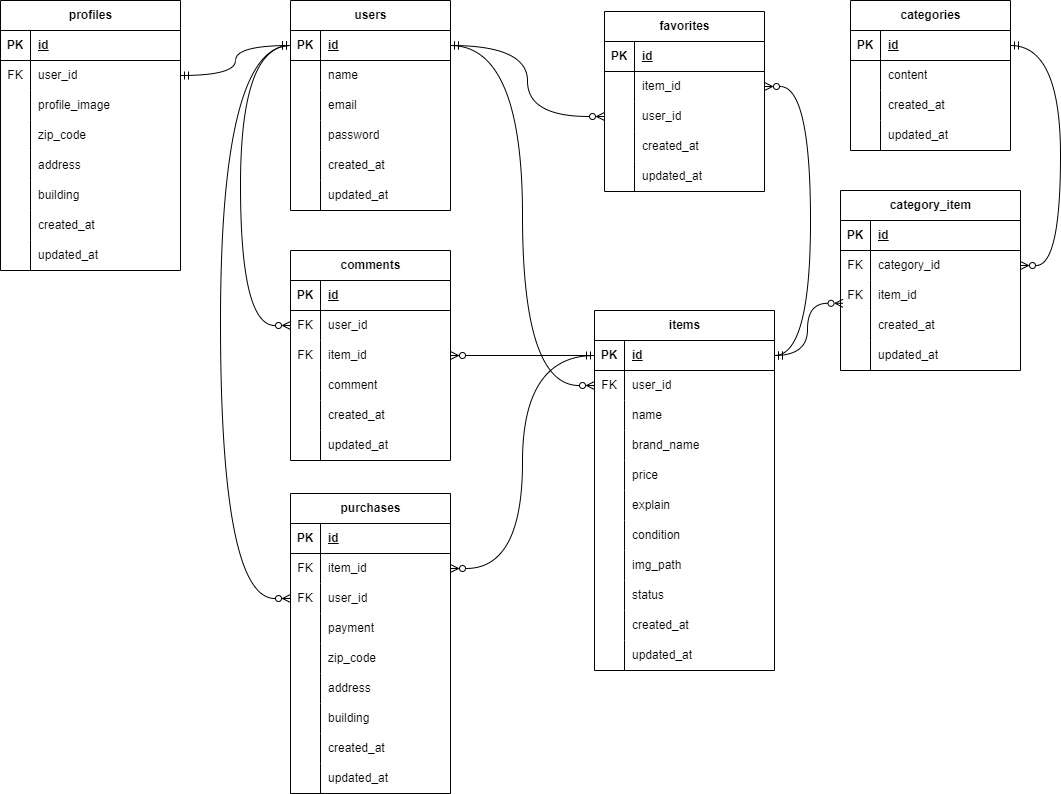
The draw.io diagram ER.png in torch29/matsumoto-mogikadai1, before a commit. Source tidied: cells renumbered, new cells last; positions are measured from the earlier drawing's top-left corner, leaving out a move shared by most shapes.
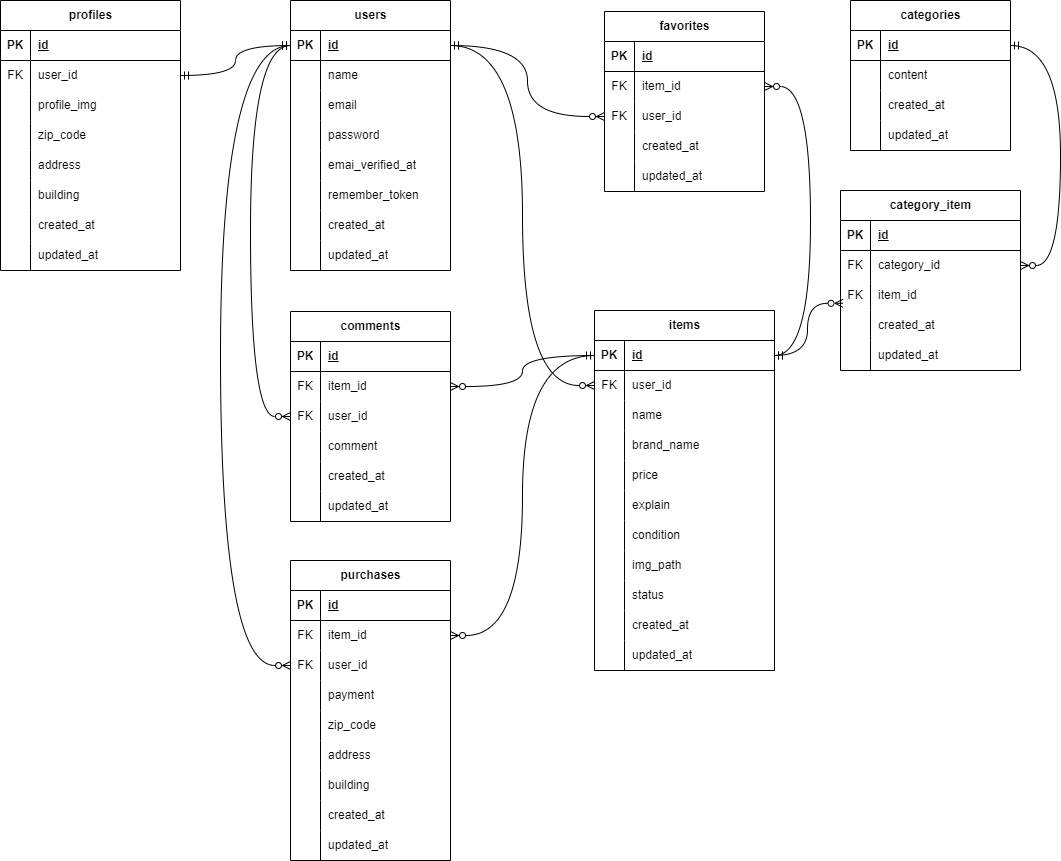
After the change.

The edit, as a diff of the source:
```diff
@@ -3,7 +3,7 @@
     <mxCell id="0" />
     <mxCell id="1" parent="0" />
     <mxCell id="2" value="users" style="shape=table;startSize=30;rowLines=0;fontStyle=1;align=center;html=1;" parent="1" vertex="1">
-      <mxGeometry x="290" width="160" height="210" as="geometry" />
+      <mxGeometry x="290" width="160" height="270" as="geometry" />
     </mxCell>
     <mxCell id="3" style="shape=tableRow;horizontal=0;startSize=0;swimlaneHead=0;swimlaneBody=0;fillColor=none;points=[[0,0.5],[1,0.5]];portConstraint=eastwest;top=0;left=0;right=0;bottom=1;" parent="2" vertex="1">
       <mxGeometry y="30" width="160" height="30" as="geometry" />
@@ -41,8 +41,26 @@
     <mxCell id="14" value="password" style="shape=partialRectangle;fillColor=none;top=0;left=0;bottom=0;right=0;align=left;spacingLeft=6;overflow=hidden;whiteSpace=wrap;html=1;" parent="12" vertex="1">
       <mxGeometry x="30" width="130" height="30" as="geometry" />
     </mxCell>
+    <mxCell id="186" style="shape=tableRow;horizontal=0;startSize=0;swimlaneHead=0;swimlaneBody=0;fillColor=none;top=0;left=0;right=0;bottom=0;" parent="2" vertex="1">
+      <mxGeometry y="150" width="160" height="30" as="geometry" />
+    </mxCell>
+    <mxCell id="187" style="shape=partialRectangle;fillColor=none;top=0;left=0;bottom=0;right=0;overflow=hidden;whiteSpace=wrap;html=1;" parent="186" vertex="1">
+      <mxGeometry width="30" height="30" as="geometry" />
+    </mxCell>
+    <mxCell id="188" value="emai_verified_at" style="shape=partialRectangle;fillColor=none;top=0;left=0;bottom=0;right=0;align=left;spacingLeft=6;overflow=hidden;whiteSpace=wrap;html=1;" parent="186" vertex="1">
+      <mxGeometry x="30" width="130" height="30" as="geometry" />
+    </mxCell>
+    <mxCell id="189" style="shape=tableRow;horizontal=0;startSize=0;swimlaneHead=0;swimlaneBody=0;fillColor=none;top=0;left=0;right=0;bottom=0;" parent="2" vertex="1">
+      <mxGeometry y="180" width="160" height="30" as="geometry" />
+    </mxCell>
+    <mxCell id="190" style="shape=partialRectangle;fillColor=none;top=0;left=0;bottom=0;right=0;overflow=hidden;whiteSpace=wrap;html=1;" parent="189" vertex="1">
+      <mxGeometry width="30" height="30" as="geometry" />
+    </mxCell>
+    <mxCell id="191" value="remember_token" style="shape=partialRectangle;fillColor=none;top=0;left=0;bottom=0;right=0;align=left;spacingLeft=6;overflow=hidden;whiteSpace=wrap;html=1;" parent="189" vertex="1">
+      <mxGeometry x="30" width="130" height="30" as="geometry" />
+    </mxCell>
     <mxCell id="15" style="shape=tableRow;horizontal=0;startSize=0;swimlaneHead=0;swimlaneBody=0;fillColor=none;top=0;left=0;right=0;bottom=0;" parent="2" vertex="1">
-      <mxGeometry y="150" width="160" height="30" as="geometry" />
+      <mxGeometry y="210" width="160" height="30" as="geometry" />
     </mxCell>
     <mxCell id="16" style="shape=partialRectangle;fillColor=none;top=0;left=0;bottom=0;right=0;overflow=hidden;whiteSpace=wrap;html=1;" parent="15" vertex="1">
       <mxGeometry width="30" height="30" as="geometry" />
@@ -51,7 +69,7 @@
       <mxGeometry x="30" width="130" height="30" as="geometry" />
     </mxCell>
     <mxCell id="18" style="shape=tableRow;horizontal=0;startSize=0;swimlaneHead=0;swimlaneBody=0;fillColor=none;top=0;left=0;right=0;bottom=0;" parent="2" vertex="1">
-      <mxGeometry y="180" width="160" height="30" as="geometry" />
+      <mxGeometry y="240" width="160" height="30" as="geometry" />
     </mxCell>
     <mxCell id="19" style="shape=partialRectangle;fillColor=none;top=0;left=0;bottom=0;right=0;overflow=hidden;whiteSpace=wrap;html=1;" parent="18" vertex="1">
       <mxGeometry width="30" height="30" as="geometry" />
@@ -86,7 +104,7 @@
     <mxCell id="29" style="shape=partialRectangle;fillColor=none;top=0;left=0;bottom=0;right=0;overflow=hidden;whiteSpace=wrap;html=1;" parent="28" vertex="1">
       <mxGeometry width="30" height="30" as="geometry" />
     </mxCell>
-    <mxCell id="30" value="profile_image" style="shape=partialRectangle;fillColor=none;top=0;left=0;bottom=0;right=0;align=left;spacingLeft=6;overflow=hidden;whiteSpace=wrap;html=1;" parent="28" vertex="1">
+    <mxCell id="30" value="profile_img" style="shape=partialRectangle;fillColor=none;top=0;left=0;bottom=0;right=0;align=left;spacingLeft=6;overflow=hidden;whiteSpace=wrap;html=1;" parent="28" vertex="1">
       <mxGeometry x="30" width="150" height="30" as="geometry" />
     </mxCell>
     <mxCell id="31" style="shape=tableRow;horizontal=0;startSize=0;swimlaneHead=0;swimlaneBody=0;fillColor=none;top=0;left=0;right=0;bottom=0;" parent="21" vertex="1">
@@ -237,7 +255,7 @@
       <mxGeometry x="30" width="150" height="30" as="geometry" />
     </mxCell>
     <mxCell id="80" value="purchases" style="shape=table;startSize=30;rowLines=0;fontStyle=1;align=center;html=1;" parent="1" vertex="1">
-      <mxGeometry x="290" y="493" width="160" height="300" as="geometry" />
+      <mxGeometry x="290" y="560" width="160" height="300" as="geometry" />
     </mxCell>
     <mxCell id="81" style="shape=tableRow;horizontal=0;startSize=0;swimlaneHead=0;swimlaneBody=0;fillColor=none;top=0;left=0;right=0;bottom=1;" parent="80" vertex="1">
       <mxGeometry y="30" width="160" height="30" as="geometry" />
@@ -377,7 +395,7 @@
     <mxCell id="126" style="shape=tableRow;horizontal=0;startSize=0;swimlaneHead=0;swimlaneBody=0;fillColor=none;points=[[0,0.5],[1,0.5]];portConstraint=eastwest;top=0;left=0;right=0;bottom=0;" parent="122" vertex="1">
       <mxGeometry y="60" width="160" height="30" as="geometry" />
     </mxCell>
-    <mxCell id="127" style="shape=partialRectangle;fillColor=none;top=0;left=0;bottom=0;right=0;overflow=hidden;whiteSpace=wrap;html=1;" parent="126" vertex="1">
+    <mxCell id="127" value="FK" style="shape=partialRectangle;fillColor=none;top=0;left=0;bottom=0;right=0;overflow=hidden;whiteSpace=wrap;html=1;" parent="126" vertex="1">
       <mxGeometry width="30" height="30" as="geometry" />
     </mxCell>
     <mxCell id="128" value="item_id" style="shape=partialRectangle;fillColor=none;top=0;left=0;bottom=0;right=0;align=left;spacingLeft=6;overflow=hidden;whiteSpace=wrap;html=1;" parent="126" vertex="1">
@@ -386,7 +404,7 @@
     <mxCell id="129" style="shape=tableRow;horizontal=0;startSize=0;swimlaneHead=0;swimlaneBody=0;fillColor=none;points=[[0,0.5],[1,0.5]];portConstraint=eastwest;top=0;left=0;right=0;bottom=0;" parent="122" vertex="1">
       <mxGeometry y="90" width="160" height="30" as="geometry" />
     </mxCell>
-    <mxCell id="130" style="shape=partialRectangle;fillColor=none;top=0;left=0;bottom=0;right=0;overflow=hidden;whiteSpace=wrap;html=1;" parent="129" vertex="1">
+    <mxCell id="130" value="FK" style="shape=partialRectangle;fillColor=none;top=0;left=0;bottom=0;right=0;overflow=hidden;whiteSpace=wrap;html=1;" parent="129" vertex="1">
       <mxGeometry width="30" height="30" as="geometry" />
     </mxCell>
     <mxCell id="131" value="user_id" style="shape=partialRectangle;fillColor=none;top=0;left=0;bottom=0;right=0;align=left;spacingLeft=6;overflow=hidden;whiteSpace=wrap;html=1;" parent="129" vertex="1">
@@ -414,7 +432,7 @@
       <mxGeometry relative="1" as="geometry" />
     </mxCell>
     <mxCell id="139" value="comments" style="shape=table;startSize=30;rowLines=0;fontStyle=1;align=center;html=1;" parent="1" vertex="1">
-      <mxGeometry x="290" y="250" width="160" height="210" as="geometry" />
+      <mxGeometry x="290" y="311" width="160" height="210" as="geometry" />
     </mxCell>
     <mxCell id="140" style="shape=tableRow;horizontal=0;startSize=0;swimlaneHead=0;swimlaneBody=0;fillColor=none;top=0;left=0;right=0;bottom=1;" parent="139" vertex="1">
       <mxGeometry y="30" width="160" height="30" as="geometry" />
@@ -431,7 +449,7 @@
     <mxCell id="144" value="FK" style="shape=partialRectangle;fillColor=none;top=0;left=0;bottom=0;right=0;overflow=hidden;whiteSpace=wrap;html=1;" parent="143" vertex="1">
       <mxGeometry width="30" height="30" as="geometry" />
     </mxCell>
-    <mxCell id="145" value="user_id" style="shape=partialRectangle;fillColor=none;top=0;left=0;bottom=0;right=0;align=left;spacingLeft=6;overflow=hidden;whiteSpace=wrap;html=1;" parent="143" vertex="1">
+    <mxCell id="145" value="item_id" style="shape=partialRectangle;fillColor=none;top=0;left=0;bottom=0;right=0;align=left;spacingLeft=6;overflow=hidden;whiteSpace=wrap;html=1;" parent="143" vertex="1">
       <mxGeometry x="30" width="130" height="30" as="geometry" />
     </mxCell>
     <mxCell id="146" style="shape=tableRow;horizontal=0;startSize=0;swimlaneHead=0;swimlaneBody=0;fillColor=none;points=[[0,0.5],[1,0.5]];portConstraint=eastwest;top=0;left=0;right=0;bottom=0;" parent="139" vertex="1">
@@ -440,7 +458,7 @@
     <mxCell id="147" value="FK" style="shape=partialRectangle;fillColor=none;top=0;left=0;bottom=0;right=0;overflow=hidden;whiteSpace=wrap;html=1;" parent="146" vertex="1">
       <mxGeometry width="30" height="30" as="geometry" />
     </mxCell>
-    <mxCell id="148" value="&lt;span style=&quot;color: rgb(0, 0, 0);&quot;&gt;item_id&lt;/span&gt;" style="shape=partialRectangle;fillColor=none;top=0;left=0;bottom=0;right=0;align=left;spacingLeft=6;overflow=hidden;whiteSpace=wrap;html=1;" parent="146" vertex="1">
+    <mxCell id="148" value="user_id" style="shape=partialRectangle;fillColor=none;top=0;left=0;bottom=0;right=0;align=left;spacingLeft=6;overflow=hidden;whiteSpace=wrap;html=1;" parent="146" vertex="1">
       <mxGeometry x="30" width="130" height="30" as="geometry" />
     </mxCell>
     <mxCell id="149" style="shape=tableRow;horizontal=0;startSize=0;swimlaneHead=0;swimlaneBody=0;fillColor=none;top=0;left=0;right=0;bottom=0;" parent="139" vertex="1">
@@ -470,18 +488,6 @@
     <mxCell id="157" value="updated_at" style="shape=partialRectangle;fillColor=none;top=0;left=0;bottom=0;right=0;align=left;spacingLeft=6;overflow=hidden;whiteSpace=wrap;html=1;" parent="155" vertex="1">
       <mxGeometry x="30" width="130" height="30" as="geometry" />
     </mxCell>
-    <mxCell id="158" style="edgeStyle=orthogonalEdgeStyle;html=1;entryX=0;entryY=0.5;entryDx=0;entryDy=0;curved=1;endArrow=ERzeroToMany;endFill=0;startArrow=ERmandOne;startFill=0;" parent="1" edge="1" target="143">
-      <mxGeometry relative="1" as="geometry">
-        <mxPoint x="290" y="45" as="sourcePoint" />
-        <Array as="points">
-          <mxPoint x="240" y="45" />
-          <mxPoint x="240" y="325" />
-        </Array>
-      </mxGeometry>
-    </mxCell>
-    <mxCell id="159" style="edgeStyle=orthogonalEdgeStyle;html=1;exitX=0;exitY=0.5;exitDx=0;exitDy=0;entryX=1;entryY=0.5;entryDx=0;entryDy=0;curved=1;endArrow=ERzeroToMany;endFill=0;startArrow=ERmandOne;startFill=0;" parent="1" edge="1" source="47" target="146">
-      <mxGeometry relative="1" as="geometry" />
-    </mxCell>
     <mxCell id="160" value="category_item" style="shape=table;startSize=30;rowLines=0;fontStyle=1;align=center;html=1;" parent="1" vertex="1">
       <mxGeometry x="840" y="190" width="180" height="180" as="geometry" />
     </mxCell>
@@ -558,15 +564,7 @@
         </Array>
       </mxGeometry>
     </mxCell>
-    <mxCell id="182" style="edgeStyle=orthogonalEdgeStyle;html=1;exitX=0;exitY=0.5;exitDx=0;exitDy=0;entryX=0;entryY=0.5;entryDx=0;entryDy=0;curved=1;endArrow=ERzeroToMany;endFill=0;startArrow=ERmandOne;startFill=0;" parent="1" edge="1" source="3" target="87">
-      <mxGeometry relative="1" as="geometry">
-        <Array as="points">
-          <mxPoint x="220" y="45" />
-          <mxPoint x="220" y="598" />
-        </Array>
-      </mxGeometry>
-    </mxCell>
-    <mxCell id="183" style="edgeStyle=orthogonalEdgeStyle;html=1;exitX=1;exitY=0.5;exitDx=0;exitDy=0;entryX=0;entryY=0.5;entryDx=0;entryDy=0;curved=1;startArrow=ERmandOne;startFill=0;endArrow=ERzeroToMany;endFill=0;" parent="1" edge="1" source="3" target="x">
+    <mxCell id="183" style="edgeStyle=orthogonalEdgeStyle;html=1;exitX=1;exitY=0.5;exitDx=0;exitDy=0;entryX=0;entryY=0.5;entryDx=0;entryDy=0;curved=1;startArrow=ERmandOne;startFill=0;endArrow=ERzeroToMany;endFill=0;" parent="1" edge="1" source="3">
       <mxGeometry relative="1" as="geometry" />
     </mxCell>
     <mxCell id="184" style="edgeStyle=orthogonalEdgeStyle;html=1;exitX=1;exitY=0.5;exitDx=0;exitDy=0;entryX=1;entryY=0.5;entryDx=0;entryDy=0;curved=1;startArrow=ERmandOne;startFill=0;endArrow=ERzeroToMany;endFill=0;" parent="1" edge="1" source="47" target="126">
@@ -580,5 +578,24 @@
     <mxCell id="185" style="edgeStyle=orthogonalEdgeStyle;html=1;exitX=1;exitY=0.5;exitDx=0;exitDy=0;entryX=0;entryY=0.5;entryDx=0;entryDy=0;curved=1;startArrow=ERmandOne;startFill=0;endArrow=ERzeroToMany;endFill=0;" parent="1" edge="1" source="3" target="129">
       <mxGeometry relative="1" as="geometry" />
     </mxCell>
+    <mxCell id="182" style="edgeStyle=orthogonalEdgeStyle;html=1;exitX=0;exitY=0.5;exitDx=0;exitDy=0;entryX=0;entryY=0.5;entryDx=0;entryDy=0;curved=1;startArrow=ERmandOne;startFill=0;endArrow=ERzeroToMany;endFill=0;" parent="1" edge="1" source="3" target="87">
+      <mxGeometry relative="1" as="geometry">
+        <Array as="points">
+          <mxPoint x="220" y="45" />
+          <mxPoint x="220" y="665" />
+        </Array>
+      </mxGeometry>
+    </mxCell>
+    <mxCell id="192" style="edgeStyle=orthogonalEdgeStyle;html=1;exitX=0;exitY=0.5;exitDx=0;exitDy=0;entryX=0;entryY=0.5;entryDx=0;entryDy=0;curved=1;startArrow=ERmandOne;startFill=0;endArrow=ERzeroToMany;endFill=0;" parent="1" edge="1" source="3" target="146">
+      <mxGeometry relative="1" as="geometry">
+        <Array as="points">
+          <mxPoint x="250" y="45" />
+          <mxPoint x="250" y="416" />
+        </Array>
+      </mxGeometry>
+    </mxCell>
+    <mxCell id="193" style="edgeStyle=orthogonalEdgeStyle;html=1;exitX=0;exitY=0.5;exitDx=0;exitDy=0;entryX=1;entryY=0.5;entryDx=0;entryDy=0;curved=1;startArrow=ERmandOne;startFill=0;endArrow=ERzeroToMany;endFill=0;" parent="1" edge="1" source="47" target="143">
+      <mxGeometry relative="1" as="geometry" />
+    </mxCell>
   </root>
 </mxGraphModel>
```
